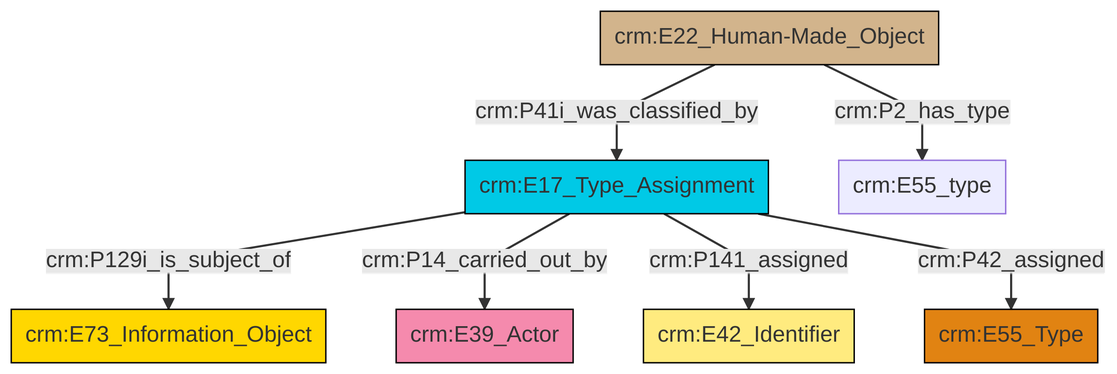
Before: et/builtWorkCSV/ttl/mmd/png/Built_Work_designation_status.png, a diagram exported from Mermaid (swiss-art-research-net/docs.swissartresearch). Its source is kept beside it as et/builtWorkCSV/ttl/mmd/Built_Work_designation_status.ttl.mmd.
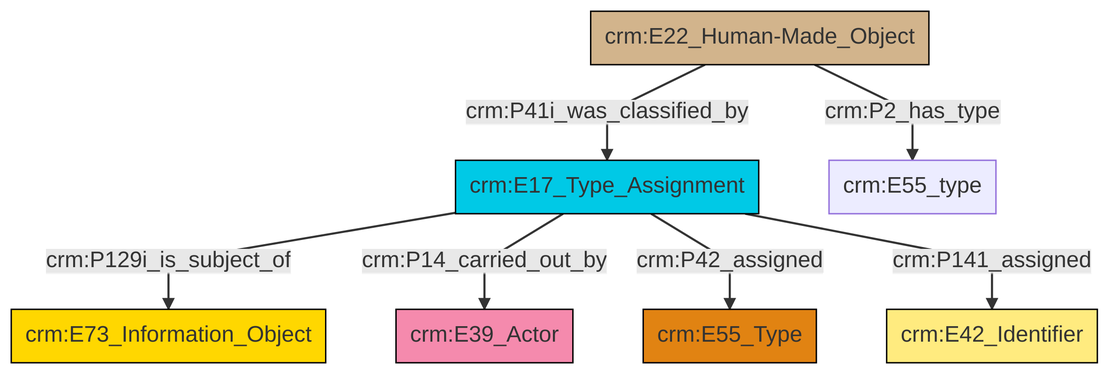
The same diagram one commit later.

What changed in the source:
```diff
@@ -13,9 +13,9 @@
 classDef PC_Classes fill:#4ce600, stroke:#000000;
 classDef Multi fill:#cccccc,stroke:#000000;
 
-2["crm:E17_Type_Assignment"]:::Temporal_Entity -->|crm:P129i_is_subject_of| 3["crm:E73_Information_Object"]:::Conceptual_Object
-2["crm:E17_Type_Assignment"]:::Temporal_Entity -->|crm:P14_carried_out_by| 0["crm:E39_Actor"]:::Actor
-2["crm:E17_Type_Assignment"]:::Temporal_Entity -->|crm:P141_assigned| 4["crm:E42_Identifier"]:::Appellation
-9["crm:E22_Human-Made_Object"]:::Physical_Thing -->|crm:P41i_was_classified_by| 2["crm:E17_Type_Assignment"]:::Temporal_Entity
-9["crm:E22_Human-Made_Object"]:::Physical_Thing -->|crm:P2_has_type| 11["crm:E55_type"]:::Default
-2["crm:E17_Type_Assignment"]:::Temporal_Entity -->|crm:P42_assigned| 6["crm:E55_Type"]:::Type
+0["crm:E22_Human-Made_Object"]:::Physical_Thing -->|crm:P41i_was_classified_by| 1["crm:E17_Type_Assignment"]:::Temporal_Entity
+1["crm:E17_Type_Assignment"]:::Temporal_Entity -->|crm:P129i_is_subject_of| 2["crm:E73_Information_Object"]:::Conceptual_Object
+1["crm:E17_Type_Assignment"]:::Temporal_Entity -->|crm:P14_carried_out_by| 4["crm:E39_Actor"]:::Actor
+1["crm:E17_Type_Assignment"]:::Temporal_Entity -->|crm:P42_assigned| 5["crm:E55_Type"]:::Type
+0["crm:E22_Human-Made_Object"]:::Physical_Thing -->|crm:P2_has_type| 8["crm:E55_type"]:::Default
+1["crm:E17_Type_Assignment"]:::Temporal_Entity -->|crm:P141_assigned| 10["crm:E42_Identifier"]:::Appellation
```
